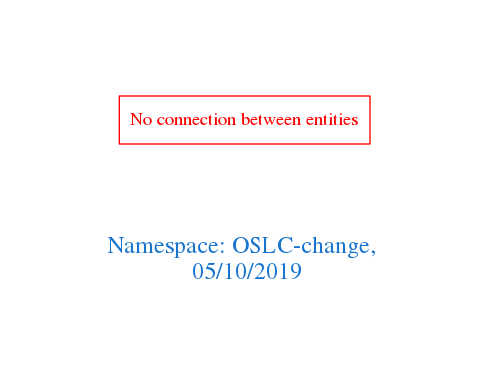
Above: downloads/OSLC-change.png in arago/OGIT (Graphviz), before the change. Its source is kept beside it as downloads/OSLC-change.dot.
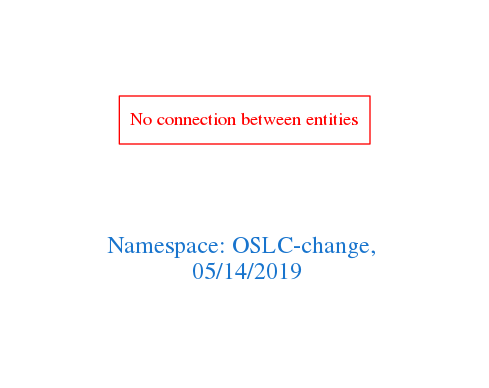
Later version of the same file.

The edit, as a diff of the source:
```diff
@@ -1,7 +1,7 @@
 digraph OGIT_ontology {
  graph [ rankdir= LR,pad=1
 fontsize = 18,
-fontcolor= dodgerblue3,label = "\n\n\nNamespace: OSLC-change, \n 05/10/2019"];
+fontcolor= dodgerblue3,label = "\n\n\nNamespace: OSLC-change, \n 05/14/2019"];
 node[shape=polygon];
 edge [  color="gray81"];
 
```
